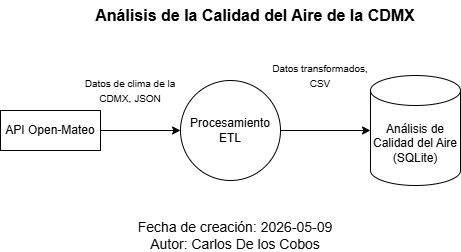
The draw.io diagram PipelineDiagram.png in CarlosDlcg/EvaluacionTecnicaDataEngineer, before a commit. Source tidied: cells renumbered, new cells last; positions are measured from the earlier drawing's top-left corner, leaving out a move shared by most shapes. Its diagram source:
```xml
<mxGraphModel>
  <root>
    <mxCell id="0" />
    <mxCell id="1" parent="0" />
    <mxCell id="2" style="edgeStyle=orthogonalEdgeStyle;rounded=0;jettySize=auto;html=1;exitX=1;exitY=0.5;exitDx=0;exitDy=0;entryX=0;entryY=0.5;entryDx=0;entryDy=0;" parent="1" edge="1" source="3" target="6">
      <mxGeometry relative="1" as="geometry" />
    </mxCell>
    <mxCell id="3" value="API Open-Mateo" style="rounded=0;whiteSpace=wrap;html=1;" parent="1" vertex="1">
      <mxGeometry y="110" width="100" height="40" as="geometry" />
    </mxCell>
    <mxCell id="4" value="&lt;font style=&quot;font-size: 16px;&quot;&gt;&lt;b&gt;Análisis de la Calidad del Aire de la CDMX&lt;/b&gt;&lt;/font&gt;" style="text;html=1;whiteSpace=wrap;strokeColor=none;fillColor=none;align=center;verticalAlign=middle;rounded=0;" parent="1" vertex="1">
      <mxGeometry x="70" width="370" height="30" as="geometry" />
    </mxCell>
    <mxCell id="5" value="&lt;font style=&quot;font-size: 14px;&quot;&gt;Fecha de creación: 2026-05-09&lt;/font&gt;&lt;div&gt;&lt;font style=&quot;font-size: 14px;&quot;&gt;Autor: Carlos De los Cobos&lt;/font&gt;&lt;/div&gt;" style="text;html=1;whiteSpace=wrap;strokeColor=none;fillColor=none;align=center;verticalAlign=middle;rounded=0;" parent="1" vertex="1">
      <mxGeometry x="50" y="220" width="370" height="30" as="geometry" />
    </mxCell>
    <mxCell id="6" value="Procesamiento ETL" style="ellipse;whiteSpace=wrap;html=1;" parent="1" vertex="1">
      <mxGeometry x="180" y="80" width="100" height="100" as="geometry" />
    </mxCell>
    <mxCell id="7" value="Análisis de Calidad del Aire (SQLite)" style="shape=cylinder3;whiteSpace=wrap;html=1;boundedLbl=1;backgroundOutline=1;size=15;" parent="1" vertex="1">
      <mxGeometry x="370" y="75" width="90" height="110" as="geometry" />
    </mxCell>
    <mxCell id="8" style="edgeStyle=orthogonalEdgeStyle;rounded=0;jettySize=auto;html=1;exitX=1;exitY=0.5;exitDx=0;exitDy=0;entryX=0;entryY=0.5;entryDx=0;entryDy=0;entryPerimeter=0;" parent="1" edge="1" source="6" target="7">
      <mxGeometry relative="1" as="geometry" />
    </mxCell>
    <mxCell id="9" value="&lt;font style=&quot;font-size: 10px;&quot;&gt;Datos de clima de la CDMX, JSON&lt;/font&gt;" style="text;html=1;whiteSpace=wrap;strokeColor=none;fillColor=none;align=center;verticalAlign=middle;rounded=0;" parent="1" vertex="1">
      <mxGeometry x="70" y="75" width="120" height="30" as="geometry" />
    </mxCell>
    <mxCell id="10" value="&lt;font style=&quot;font-size: 10px;&quot;&gt;Datos transformados, CSV&lt;/font&gt;" style="text;html=1;whiteSpace=wrap;strokeColor=none;fillColor=none;align=center;verticalAlign=middle;rounded=0;" parent="1" vertex="1">
      <mxGeometry x="260" y="60" width="120" height="30" as="geometry" />
    </mxCell>
  </root>
</mxGraphModel>
```
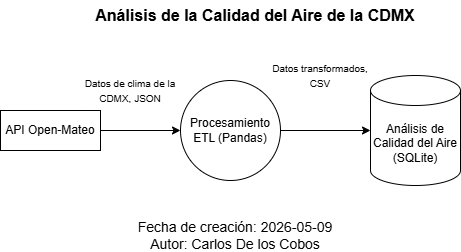
After the change.

Commit message:
Correción del diseño del Pipeline.

Diff of the diagram source:
```diff
@@ -14,7 +14,7 @@
     <mxCell id="5" value="&lt;font style=&quot;font-size: 14px;&quot;&gt;Fecha de creación: 2026-05-09&lt;/font&gt;&lt;div&gt;&lt;font style=&quot;font-size: 14px;&quot;&gt;Autor: Carlos De los Cobos&lt;/font&gt;&lt;/div&gt;" style="text;html=1;whiteSpace=wrap;strokeColor=none;fillColor=none;align=center;verticalAlign=middle;rounded=0;" parent="1" vertex="1">
       <mxGeometry x="50" y="220" width="370" height="30" as="geometry" />
     </mxCell>
-    <mxCell id="6" value="Procesamiento ETL" style="ellipse;whiteSpace=wrap;html=1;" parent="1" vertex="1">
+    <mxCell id="6" value="Procesamiento ETL (Pandas)" style="ellipse;whiteSpace=wrap;html=1;" parent="1" vertex="1">
       <mxGeometry x="180" y="80" width="100" height="100" as="geometry" />
     </mxCell>
     <mxCell id="7" value="Análisis de Calidad del Aire (SQLite)" style="shape=cylinder3;whiteSpace=wrap;html=1;boundedLbl=1;backgroundOutline=1;size=15;" parent="1" vertex="1">
```
